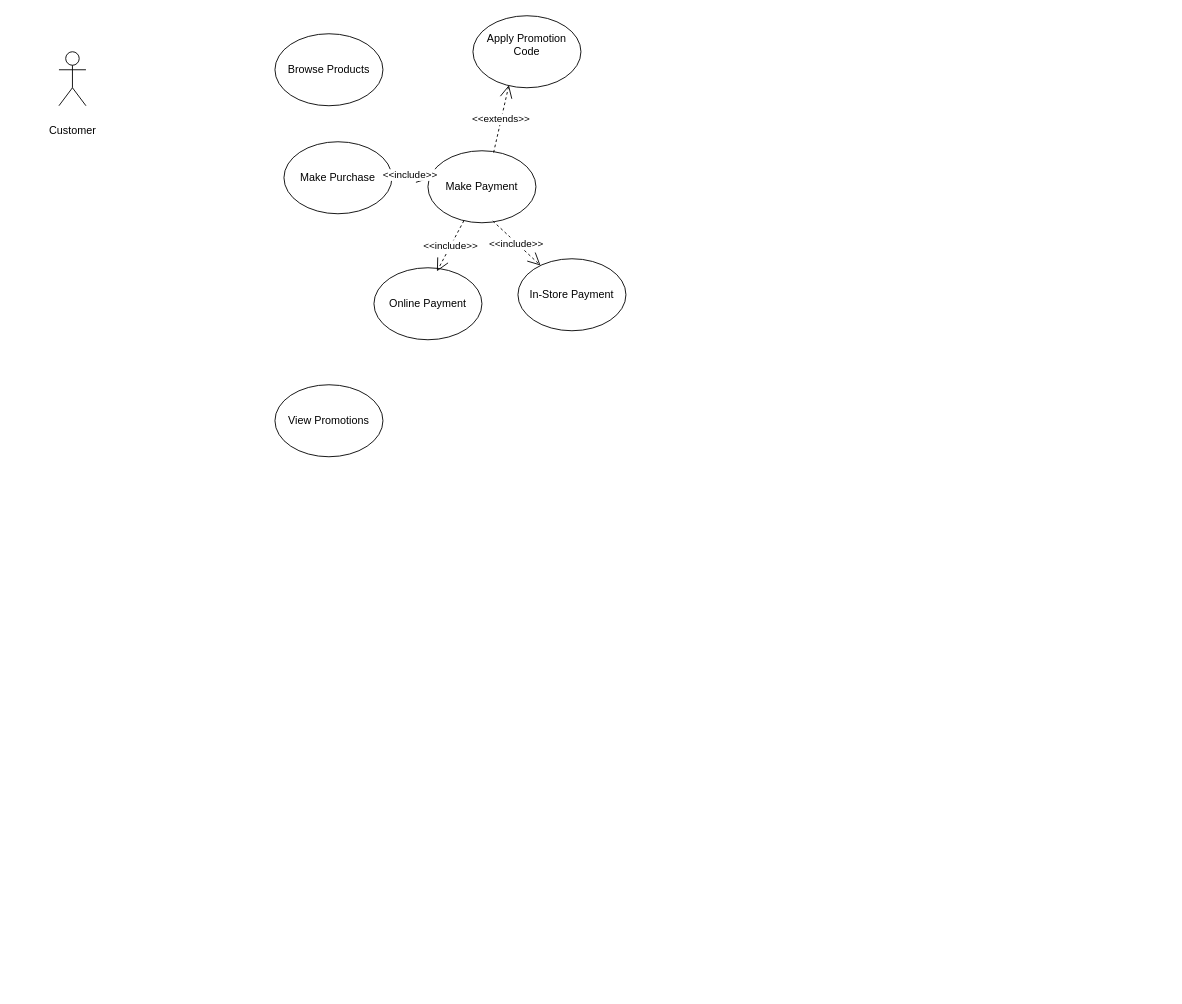
Earlier version of the draw.io diagram page "Page-1" (1 of 2) of Test_15052025.drawio (NgoAnhThanThien/thanthien123). Source tidied: cells renumbered, new cells numbered last; positions are measured from the earlier drawing's top-left corner, leaving out a move shared by most shapes. Both pictures are drawn from the tidied source at 90%, with x=0, y=0 at pixel (58, 15).
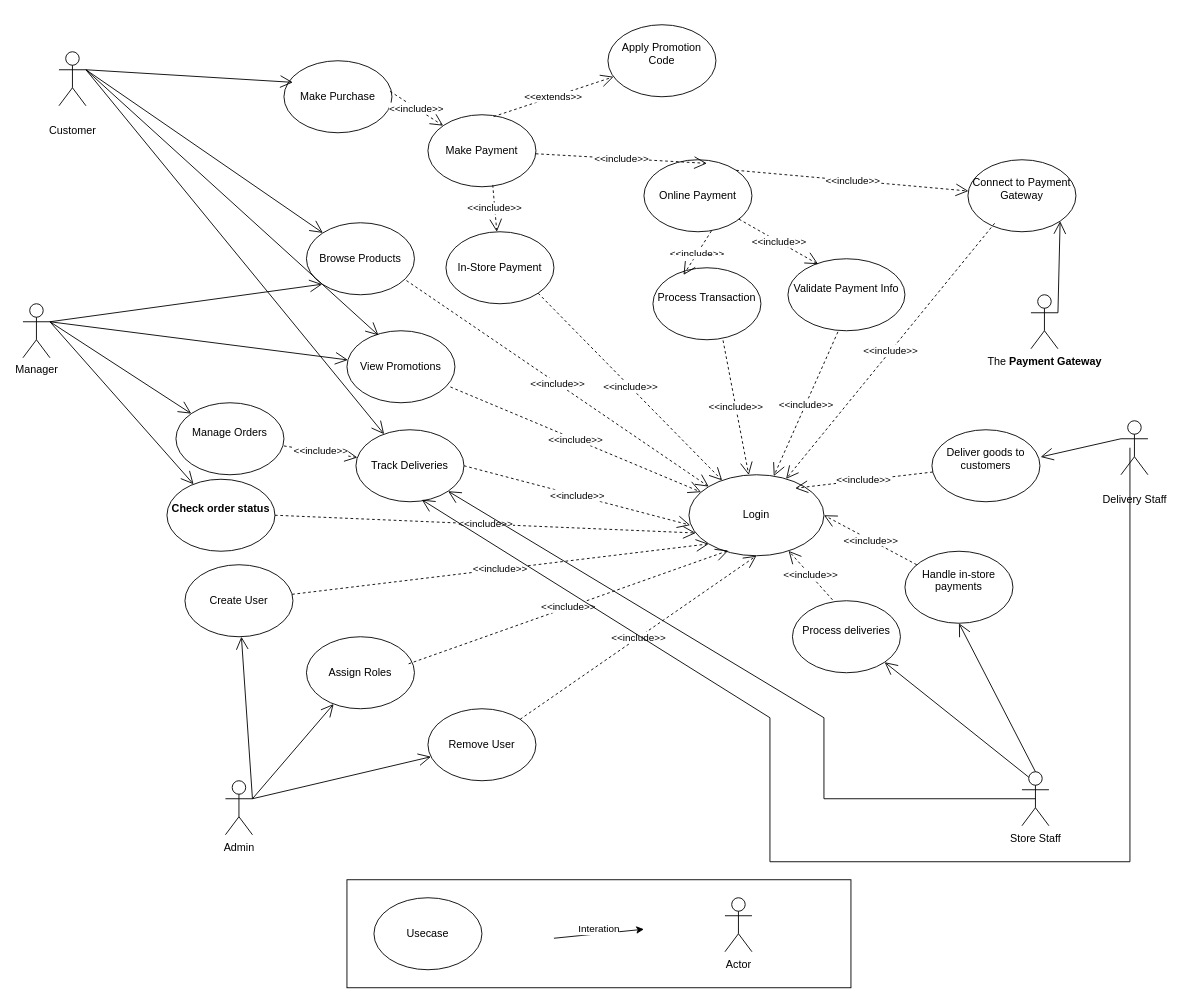
Above is the later version.

Unchanged cells that the change refers to:
```xml
<mxCell id="2" value="&#10;Customer&#10;&#10;" style="shape=umlActor;verticalLabelPosition=bottom;verticalAlign=top;html=1;outlineConnect=0;" parent="1" vertex="1">
  <mxGeometry y="40" width="30" height="60" as="geometry" />
</mxCell>
```

The edit, as a diff of the source:
```diff
@@
     <mxCell id="3" value="Browse Products" style="ellipse;whiteSpace=wrap;html=1;" parent="1" vertex="1">
-      <mxGeometry x="240" y="20" width="120" height="80" as="geometry" />
+      <mxGeometry x="275" y="230" width="120" height="80" as="geometry" />
     </mxCell>
     <mxCell id="4" value="Make Purchase" style="ellipse;whiteSpace=wrap;html=1;" parent="1" vertex="1">
-      <mxGeometry x="250" y="140" width="120" height="80" as="geometry" />
+      <mxGeometry x="250" y="50" width="120" height="80" as="geometry" />
     </mxCell>
     <mxCell id="5" value="View Promotions" style="ellipse;whiteSpace=wrap;html=1;" parent="1" vertex="1">
-      <mxGeometry x="240" y="410" width="120" height="80" as="geometry" />
+      <mxGeometry x="320" y="350" width="120" height="80" as="geometry" />
     </mxCell>
     <mxCell id="6" value="Make Payment" style="ellipse;whiteSpace=wrap;html=1;" parent="1" vertex="1">
-      <mxGeometry x="410" y="150" width="120" height="80" as="geometry" />
+      <mxGeometry x="410" y="110" width="120" height="80" as="geometry" />
     </mxCell>
     <mxCell id="7" value="Online Payment" style="ellipse;whiteSpace=wrap;html=1;" parent="1" vertex="1">
-      <mxGeometry x="350" y="280" width="120" height="80" as="geometry" />
+      <mxGeometry x="650" y="160" width="120" height="80" as="geometry" />
     </mxCell>
     <mxCell id="8" value="In-Store Payment" style="ellipse;whiteSpace=wrap;html=1;" parent="1" vertex="1">
-      <mxGeometry x="510" y="270" width="120" height="80" as="geometry" />
+      <mxGeometry x="430" y="240" width="120" height="80" as="geometry" />
     </mxCell>
@@
     <mxCell id="12" value="&#10;Apply Promotion Code&#10;&#10;" style="ellipse;whiteSpace=wrap;html=1;" parent="1" vertex="1">
-      <mxGeometry x="460" width="120" height="80" as="geometry" />
+      <mxGeometry x="610" y="10" width="120" height="80" as="geometry" />
     </mxCell>
-    <mxCell id="13" value="&amp;lt;&amp;lt;extends&amp;gt;&amp;gt;" style="endArrow=open;endSize=12;dashed=1;html=1;rounded=0;exitX=0.608;exitY=0.025;exitDx=0;exitDy=0;exitPerimeter=0;entryX=0.333;entryY=0.963;entryDx=0;entryDy=0;entryPerimeter=0;" parent="1" edge="1" source="6" target="12">
+    <mxCell id="13" value="&amp;lt;&amp;lt;extends&amp;gt;&amp;gt;" style="endArrow=open;endSize=12;dashed=1;html=1;rounded=0;exitX=0.608;exitY=0.025;exitDx=0;exitDy=0;exitPerimeter=0;" parent="1" edge="1" source="6" target="12">
       <mxGeometry relative="1" as="geometry" />
     </mxCell>
+    <mxCell id="14" value="&#10;Validate Payment Info&#10;&#10;" style="ellipse;whiteSpace=wrap;html=1;" parent="1" vertex="1">
+      <mxGeometry x="810" y="270" width="130" height="80" as="geometry" />
+    </mxCell>
+    <mxCell id="15" value="&amp;lt;&amp;lt;include&amp;gt;&amp;gt;" style="endArrow=open;endSize=12;dashed=1;html=1;rounded=0;entryX=0.258;entryY=0.075;entryDx=0;entryDy=0;entryPerimeter=0;" parent="1" edge="1" source="7" target="14">
+      <mxGeometry relative="1" as="geometry" />
+    </mxCell>
+    <mxCell id="16" value="&#10;Connect to Payment Gateway&#10;&#10;" style="ellipse;whiteSpace=wrap;html=1;" parent="1" vertex="1">
+      <mxGeometry x="1010" y="160" width="120" height="80" as="geometry" />
+    </mxCell>
+    <mxCell id="17" value="&amp;lt;&amp;lt;include&amp;gt;&amp;gt;" style="endArrow=open;endSize=12;dashed=1;html=1;rounded=0;exitX=1;exitY=0;exitDx=0;exitDy=0;" parent="1" edge="1" source="7" target="16">
+      <mxGeometry relative="1" as="geometry" />
+    </mxCell>
+    <mxCell id="18" value="&#10;Process Transaction&#10;&#10;" style="ellipse;whiteSpace=wrap;html=1;" parent="1" vertex="1">
+      <mxGeometry x="660" y="280" width="120" height="80" as="geometry" />
+    </mxCell>
+    <mxCell id="19" value="&amp;lt;&amp;lt;include&amp;gt;&amp;gt;" style="endArrow=open;endSize=12;dashed=1;html=1;rounded=0;exitX=0.625;exitY=0.988;exitDx=0;exitDy=0;exitPerimeter=0;entryX=0.283;entryY=0.1;entryDx=0;entryDy=0;entryPerimeter=0;" parent="1" edge="1" source="7" target="18">
+      <mxGeometry relative="1" as="geometry" />
+    </mxCell>
+    <mxCell id="20" value="&#10;Manage Orders&#10;&#10;" style="ellipse;whiteSpace=wrap;html=1;" parent="1" vertex="1">
+      <mxGeometry x="130" y="430" width="120" height="80" as="geometry" />
+    </mxCell>
+    <mxCell id="21" value="Track Deliveries" style="ellipse;whiteSpace=wrap;html=1;" parent="1" vertex="1">
+      <mxGeometry x="330" y="460" width="120" height="80" as="geometry" />
+    </mxCell>
+    <mxCell id="22" value="Manager" style="shape=umlActor;verticalLabelPosition=bottom;verticalAlign=top;html=1;outlineConnect=0;" parent="1" vertex="1">
+      <mxGeometry x="-40" y="320" width="30" height="60" as="geometry" />
+    </mxCell>
+    <mxCell id="23" value="&amp;lt;&amp;lt;include&amp;gt;&amp;gt;" style="endArrow=open;endSize=12;dashed=1;html=1;rounded=0;exitX=1;exitY=0.6;exitDx=0;exitDy=0;exitPerimeter=0;" parent="1" edge="1" source="20" target="21">
+      <mxGeometry relative="1" as="geometry" />
+    </mxCell>
+    <mxCell id="24" style="endArrow=open;endFill=1;endSize=12;html=1;rounded=0;exitX=1;exitY=0.3333333333333333;exitDx=0;exitDy=0;exitPerimeter=0;" parent="1" edge="1" source="2" target="3">
+      <mxGeometry relative="1" as="geometry" />
+    </mxCell>
+    <mxCell id="25" style="endArrow=open;endFill=1;endSize=12;html=1;rounded=0;exitX=1;exitY=0.3333333333333333;exitDx=0;exitDy=0;exitPerimeter=0;entryX=0.083;entryY=0.3;entryDx=0;entryDy=0;entryPerimeter=0;" parent="1" edge="1" source="2" target="4">
+      <mxGeometry relative="1" as="geometry" />
+    </mxCell>
+    <mxCell id="26" style="endArrow=open;endFill=1;endSize=12;html=1;rounded=0;exitX=1;exitY=0.3333333333333333;exitDx=0;exitDy=0;exitPerimeter=0;entryX=0.292;entryY=0.063;entryDx=0;entryDy=0;entryPerimeter=0;" parent="1" edge="1" source="2" target="5">
+      <mxGeometry relative="1" as="geometry" />
+    </mxCell>
+    <mxCell id="27" style="endArrow=open;endFill=1;endSize=12;html=1;rounded=0;exitX=1;exitY=0.3333333333333333;exitDx=0;exitDy=0;exitPerimeter=0;" parent="1" edge="1" source="22" target="20">
+      <mxGeometry relative="1" as="geometry" />
+    </mxCell>
+    <mxCell id="28" value="Admin" style="shape=umlActor;verticalLabelPosition=bottom;verticalAlign=top;html=1;outlineConnect=0;" parent="1" vertex="1">
+      <mxGeometry x="185" y="850" width="30" height="60" as="geometry" />
+    </mxCell>
+    <mxCell id="29" value="Create User" style="ellipse;whiteSpace=wrap;html=1;" parent="1" vertex="1">
+      <mxGeometry x="140" y="610" width="120" height="80" as="geometry" />
+    </mxCell>
+    <mxCell id="30" value="Assign Roles" style="ellipse;whiteSpace=wrap;html=1;" parent="1" vertex="1">
+      <mxGeometry x="275" y="690" width="120" height="80" as="geometry" />
+    </mxCell>
+    <mxCell id="31" value="Remove User" style="ellipse;whiteSpace=wrap;html=1;" parent="1" vertex="1">
+      <mxGeometry x="410" y="770" width="120" height="80" as="geometry" />
+    </mxCell>
+    <mxCell id="32" style="endArrow=open;endFill=1;endSize=12;html=1;rounded=0;exitX=1;exitY=0.3333333333333333;exitDx=0;exitDy=0;exitPerimeter=0;" parent="1" edge="1" source="22" target="5">
+      <mxGeometry relative="1" as="geometry" />
+    </mxCell>
+    <mxCell id="33" style="endArrow=open;endFill=1;endSize=12;html=1;rounded=0;entryX=0;entryY=1;entryDx=0;entryDy=0;exitX=1;exitY=0.3333333333333333;exitDx=0;exitDy=0;exitPerimeter=0;" parent="1" edge="1" source="22" target="3">
+      <mxGeometry relative="1" as="geometry" />
+    </mxCell>
+    <mxCell id="34" style="endArrow=open;endFill=1;endSize=12;html=1;rounded=0;exitX=1;exitY=0.3333333333333333;exitDx=0;exitDy=0;exitPerimeter=0;" parent="1" edge="1" source="28" target="29">
+      <mxGeometry relative="1" as="geometry" />
+    </mxCell>
+    <mxCell id="35" style="endArrow=open;endFill=1;endSize=12;html=1;rounded=0;exitX=1;exitY=0.3333333333333333;exitDx=0;exitDy=0;exitPerimeter=0;" parent="1" edge="1" source="28" target="30">
+      <mxGeometry relative="1" as="geometry" />
+    </mxCell>
+    <mxCell id="36" style="endArrow=open;endFill=1;endSize=12;html=1;rounded=0;exitX=1;exitY=0.3333333333333333;exitDx=0;exitDy=0;exitPerimeter=0;" parent="1" edge="1" source="28" target="31">
+      <mxGeometry relative="1" as="geometry" />
+    </mxCell>
+    <mxCell id="37" value="Login" style="ellipse;whiteSpace=wrap;html=1;" parent="1" vertex="1">
+      <mxGeometry x="700" y="510" width="150" height="90" as="geometry" />
+    </mxCell>
+    <mxCell id="38" value="&amp;lt;&amp;lt;include&amp;gt;&amp;gt;" style="endArrow=open;endSize=12;dashed=1;html=1;rounded=0;exitX=0.958;exitY=0.781;exitDx=0;exitDy=0;exitPerimeter=0;" parent="1" edge="1" source="5" target="37">
+      <mxGeometry relative="1" as="geometry" />
+    </mxCell>
+    <mxCell id="39" value="&amp;lt;&amp;lt;include&amp;gt;&amp;gt;" style="endArrow=open;endSize=12;dashed=1;html=1;rounded=0;exitX=0.926;exitY=0.803;exitDx=0;exitDy=0;exitPerimeter=0;entryX=0;entryY=0;entryDx=0;entryDy=0;" parent="1" edge="1" source="3" target="37">
+      <mxGeometry relative="1" as="geometry" />
+    </mxCell>
+    <mxCell id="40" value="&amp;lt;&amp;lt;include&amp;gt;&amp;gt;" style="endArrow=open;endSize=12;dashed=1;html=1;rounded=0;exitX=1;exitY=1;exitDx=0;exitDy=0;" parent="1" edge="1" source="8" target="37">
+      <mxGeometry relative="1" as="geometry" />
+    </mxCell>
+    <mxCell id="41" value="&amp;lt;&amp;lt;include&amp;gt;&amp;gt;" style="endArrow=open;endSize=12;dashed=1;html=1;rounded=0;exitX=0.247;exitY=0.883;exitDx=0;exitDy=0;exitPerimeter=0;" parent="1" edge="1" source="16" target="37">
+      <mxGeometry relative="1" as="geometry" />
+    </mxCell>
+    <mxCell id="42" value="&amp;lt;&amp;lt;include&amp;gt;&amp;gt;" style="endArrow=open;endSize=12;dashed=1;html=1;rounded=0;exitX=0.649;exitY=1.009;exitDx=0;exitDy=0;exitPerimeter=0;" parent="1" edge="1" source="18" target="37">
+      <mxGeometry relative="1" as="geometry" />
+    </mxCell>
+    <mxCell id="43" value="&amp;lt;&amp;lt;include&amp;gt;&amp;gt;" style="endArrow=open;endSize=12;dashed=1;html=1;rounded=0;exitX=0.427;exitY=1.016;exitDx=0;exitDy=0;exitPerimeter=0;" parent="1" edge="1" source="14" target="37">
+      <mxGeometry relative="1" as="geometry" />
+    </mxCell>
+    <mxCell id="44" value="&amp;lt;&amp;lt;include&amp;gt;&amp;gt;" style="endArrow=open;endSize=12;dashed=1;html=1;rounded=0;exitX=1;exitY=0.5;exitDx=0;exitDy=0;entryX=0.009;entryY=0.622;entryDx=0;entryDy=0;entryPerimeter=0;" parent="1" edge="1" source="21" target="37">
+      <mxGeometry relative="1" as="geometry" />
+    </mxCell>
+    <mxCell id="45" value="&amp;lt;&amp;lt;include&amp;gt;&amp;gt;" style="endArrow=open;endSize=12;dashed=1;html=1;rounded=0;entryX=0;entryY=1;entryDx=0;entryDy=0;" parent="1" edge="1" source="29" target="37">
+      <mxGeometry relative="1" as="geometry" />
+    </mxCell>
+    <mxCell id="46" value="&amp;lt;&amp;lt;include&amp;gt;&amp;gt;" style="endArrow=open;endSize=12;dashed=1;html=1;rounded=0;exitX=0.946;exitY=0.376;exitDx=0;exitDy=0;exitPerimeter=0;entryX=0.292;entryY=0.936;entryDx=0;entryDy=0;entryPerimeter=0;" parent="1" edge="1" source="30" target="37">
+      <mxGeometry relative="1" as="geometry" />
+    </mxCell>
+    <mxCell id="47" value="&amp;lt;&amp;lt;include&amp;gt;&amp;gt;" style="endArrow=open;endSize=12;dashed=1;html=1;rounded=0;exitX=1;exitY=0;exitDx=0;exitDy=0;entryX=0.5;entryY=1;entryDx=0;entryDy=0;" parent="1" edge="1" source="31" target="37">
+      <mxGeometry relative="1" as="geometry" />
+    </mxCell>
+    <mxCell id="48" value="&#10;&lt;strong&gt;Check order status&lt;/strong&gt; &#10;&#10;" style="ellipse;whiteSpace=wrap;html=1;" parent="1" vertex="1">
+      <mxGeometry x="120" y="515" width="120" height="80" as="geometry" />
+    </mxCell>
+    <mxCell id="49" style="endArrow=open;endFill=1;endSize=12;html=1;rounded=0;exitX=1;exitY=0.3333333333333333;exitDx=0;exitDy=0;exitPerimeter=0;" parent="1" edge="1" source="22" target="48">
+      <mxGeometry relative="1" as="geometry" />
+    </mxCell>
+    <mxCell id="50" value="&amp;lt;&amp;lt;include&amp;gt;&amp;gt;" style="endArrow=open;endSize=12;dashed=1;html=1;rounded=0;exitX=1;exitY=0.5;exitDx=0;exitDy=0;entryX=0.051;entryY=0.719;entryDx=0;entryDy=0;entryPerimeter=0;" parent="1" edge="1" source="48" target="37">
+      <mxGeometry relative="1" as="geometry" />
+    </mxCell>
+    <mxCell id="51" value="The &lt;strong&gt;Payment Gateway&lt;/strong&gt;" style="shape=umlActor;verticalLabelPosition=bottom;verticalAlign=top;html=1;outlineConnect=0;" parent="1" vertex="1">
+      <mxGeometry x="1080" y="310" width="30" height="60" as="geometry" />
+    </mxCell>
+    <mxCell id="52" style="endArrow=open;endFill=1;endSize=12;html=1;rounded=0;exitX=1;exitY=0.3333333333333333;exitDx=0;exitDy=0;exitPerimeter=0;entryX=1;entryY=1;entryDx=0;entryDy=0;" parent="1" edge="1" source="51" target="16">
+      <mxGeometry relative="1" as="geometry" />
+    </mxCell>
+    <mxCell id="53" value="&lt;div&gt;Store Staff&lt;/div&gt;" style="shape=umlActor;verticalLabelPosition=bottom;verticalAlign=top;html=1;outlineConnect=0;" parent="1" vertex="1">
+      <mxGeometry x="1070" y="840" width="30" height="60" as="geometry" />
+    </mxCell>
+    <mxCell id="54" value="&#10;Handle in-store payments&#10;&#10;" style="ellipse;whiteSpace=wrap;html=1;" parent="1" vertex="1">
+      <mxGeometry x="940" y="595" width="120" height="80" as="geometry" />
+    </mxCell>
+    <mxCell id="55" value="&amp;lt;&amp;lt;include&amp;gt;&amp;gt;" style="endArrow=open;endSize=12;dashed=1;html=1;rounded=0;entryX=1;entryY=0.5;entryDx=0;entryDy=0;" parent="1" edge="1" source="54" target="37">
+      <mxGeometry relative="1" as="geometry" />
+    </mxCell>
+    <mxCell id="56" style="endArrow=open;endFill=1;endSize=12;html=1;rounded=0;exitX=1;exitY=0.3333333333333333;exitDx=0;exitDy=0;exitPerimeter=0;" parent="1" edge="1" target="21">
+      <mxGeometry relative="1" as="geometry">
+        <mxPoint x="30" y="60" as="sourcePoint" />
+      </mxGeometry>
+    </mxCell>
+    <mxCell id="57" style="endArrow=open;endFill=1;endSize=12;html=1;rounded=0;exitX=0.5;exitY=0.5;exitDx=0;exitDy=0;exitPerimeter=0;entryX=1;entryY=1;entryDx=0;entryDy=0;" parent="1" edge="1" source="53" target="21">
+      <mxGeometry relative="1" as="geometry">
+        <Array as="points">
+          <mxPoint x="850" y="870" />
+          <mxPoint x="850" y="780" />
+        </Array>
+      </mxGeometry>
+    </mxCell>
+    <mxCell id="58" style="endArrow=open;endFill=1;endSize=12;html=1;rounded=0;exitX=0.5;exitY=0;exitDx=0;exitDy=0;exitPerimeter=0;entryX=0.5;entryY=1;entryDx=0;entryDy=0;" parent="1" edge="1" source="53" target="54">
+      <mxGeometry relative="1" as="geometry" />
+    </mxCell>
+    <mxCell id="59" value="&#10;Process deliveries&#10;&#10;" style="ellipse;whiteSpace=wrap;html=1;" parent="1" vertex="1">
+      <mxGeometry x="815" y="650" width="120" height="80" as="geometry" />
+    </mxCell>
+    <mxCell id="60" style="endArrow=open;endFill=1;endSize=12;html=1;rounded=0;exitX=0.25;exitY=0.1;exitDx=0;exitDy=0;exitPerimeter=0;entryX=1;entryY=1;entryDx=0;entryDy=0;" parent="1" edge="1" source="53" target="59">
+      <mxGeometry relative="1" as="geometry" />
+    </mxCell>
+    <mxCell id="61" value="&amp;lt;&amp;lt;include&amp;gt;&amp;gt;" style="endArrow=open;endSize=12;dashed=1;html=1;rounded=0;exitX=0.371;exitY=-0.013;exitDx=0;exitDy=0;exitPerimeter=0;" parent="1" edge="1" source="59" target="37">
+      <mxGeometry relative="1" as="geometry" />
+    </mxCell>
+    <mxCell id="62" value="&#10;Delivery Staff&#10;&#10;" style="shape=umlActor;verticalLabelPosition=bottom;verticalAlign=top;html=1;outlineConnect=0;" parent="1" vertex="1">
+      <mxGeometry x="1180" y="450" width="30" height="60" as="geometry" />
+    </mxCell>
+    <mxCell id="63" value="&#10;Deliver goods to customers&#10;&#10;" style="ellipse;whiteSpace=wrap;html=1;" parent="1" vertex="1">
+      <mxGeometry x="970" y="460" width="120" height="80" as="geometry" />
+    </mxCell>
+    <mxCell id="64" value="&amp;lt;&amp;lt;include&amp;gt;&amp;gt;" style="endArrow=open;endSize=12;dashed=1;html=1;rounded=0;" parent="1" edge="1" source="63">
+      <mxGeometry relative="1" as="geometry">
+        <mxPoint x="818" y="525" as="targetPoint" />
+      </mxGeometry>
+    </mxCell>
+    <mxCell id="65" style="endArrow=open;endFill=1;endSize=12;html=1;rounded=0;exitX=0;exitY=0.3333333333333333;exitDx=0;exitDy=0;exitPerimeter=0;entryX=1.006;entryY=0.378;entryDx=0;entryDy=0;entryPerimeter=0;" parent="1" edge="1" source="62" target="63">
+      <mxGeometry relative="1" as="geometry" />
+    </mxCell>
+    <mxCell id="66" style="endArrow=open;endFill=1;endSize=12;html=1;rounded=0;exitX=0;exitY=0.3333333333333333;exitDx=0;exitDy=0;exitPerimeter=0;entryX=0.61;entryY=0.972;entryDx=0;entryDy=0;entryPerimeter=0;" parent="1" edge="1" target="21">
+      <mxGeometry relative="1" as="geometry">
+        <mxPoint x="1190" y="480" as="sourcePoint" />
+        <Array as="points">
+          <mxPoint x="1190" y="940" />
+          <mxPoint x="790" y="940" />
+          <mxPoint x="790" y="780" />
+        </Array>
+      </mxGeometry>
+    </mxCell>
+    <mxCell id="67" style="rounded=0;whiteSpace=wrap;html=1;" parent="1" vertex="1">
+      <mxGeometry x="320" y="960" width="560" height="120" as="geometry" />
+    </mxCell>
+    <mxCell id="68" value="Usecase" style="ellipse;whiteSpace=wrap;html=1;" parent="1" vertex="1">
+      <mxGeometry x="350" y="980" width="120" height="80" as="geometry" />
+    </mxCell>
+    <mxCell id="69" value="Interation" style="endArrow=classic;html=1;rounded=0;entryX=0.643;entryY=0.667;entryDx=0;entryDy=0;entryPerimeter=0;" parent="1" edge="1">
+      <mxGeometry x="0.01" y="5" relative="1" as="geometry">
+        <mxPoint x="550" y="1025" as="sourcePoint" />
+        <mxPoint x="650" y="1015" as="targetPoint" />
+      </mxGeometry>
+    </mxCell>
+    <mxCell id="70" value="Actor" style="shape=umlActor;verticalLabelPosition=bottom;verticalAlign=top;html=1;" parent="1" vertex="1">
+      <mxGeometry x="740" y="980" width="30" height="60" as="geometry" />
+    </mxCell>
```
